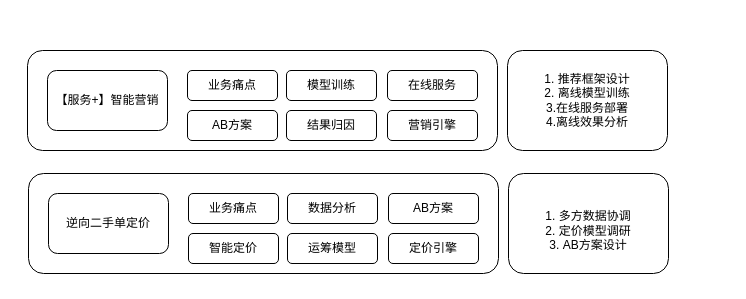
This is 工作整体概要.drawio from JintaiYang/drawio, a draw.io file, before an edit. Source tidied: cells renumbered, new cells numbered last; positions are measured from the earlier drawing's top-left corner, leaving out a move shared by most shapes. Both pictures are drawn from the tidied source at 100%, with x=0, y=0 at pixel (27, 50).
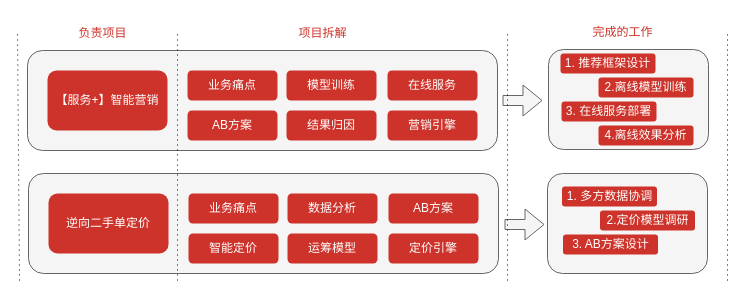
After the change.

Commit message (it also covers changes not shown here):
更新工作整体概要.drawio

Change to the diagram source:
```diff
@@
+    <mxCell id="3" value="&lt;div style=&quot;text-align: justify;&quot;&gt;&lt;br&gt;&lt;/div&gt;" style="rounded=1;whiteSpace=wrap;html=1;align=center;strokeColor=#666666;fontColor=#333333;fillColor=#f5f5f5;" parent="1" vertex="1">
+      <mxGeometry x="521" y="-1" width="160" height="100" as="geometry" />
+    </mxCell>
+    <mxCell id="20" value="3. 在线服务部署" style="rounded=1;whiteSpace=wrap;html=1;fontColor=#FFFFFF;strokeColor=none;fillColor=#CD332A;" parent="3" vertex="1">
+      <mxGeometry x="13" y="52" width="95" height="20" as="geometry" />
+    </mxCell>
+    <mxCell id="21" value="4.离线效果分析" style="rounded=1;whiteSpace=wrap;html=1;fontColor=#FFFFFF;strokeColor=none;fillColor=#CD332A;" parent="3" vertex="1">
+      <mxGeometry x="50" y="76" width="95" height="20" as="geometry" />
+    </mxCell>
-    <mxCell id="2" style="rounded=1;whiteSpace=wrap;html=1;fillColor=none;" parent="1" vertex="1">
+    <mxCell id="2" style="rounded=1;whiteSpace=wrap;html=1;fillColor=#f5f5f5;fontColor=#333333;strokeColor=#666666;" parent="1" vertex="1">
       <mxGeometry width="470" height="100" as="geometry" />
     </mxCell>
-    <mxCell id="3" value="1. 推荐框架设计&lt;br&gt;2. 离线模型训练&lt;br&gt;3.在线服务部署&lt;br&gt;4.离线效果分析" style="rounded=1;whiteSpace=wrap;html=1;" parent="1" vertex="1">
-      <mxGeometry x="480" width="160" height="100" as="geometry" />
-    </mxCell>
-    <mxCell id="4" value="【服务+】智能营销" style="rounded=1;whiteSpace=wrap;html=1;fillColor=none;" parent="1" vertex="1">
+    <mxCell id="4" value="【服务+】智能营销" style="rounded=1;whiteSpace=wrap;html=1;fillColor=#CD332A;strokeColor=none;fontColor=#FFFFFF;" parent="1" vertex="1">
       <mxGeometry x="20" y="20" width="120" height="60" as="geometry" />
     </mxCell>
-    <mxCell id="5" value="业务痛点" style="rounded=1;whiteSpace=wrap;html=1;fillColor=none;" parent="1" vertex="1">
+    <mxCell id="5" value="业务痛点" style="rounded=1;whiteSpace=wrap;html=1;fillColor=#CD332A;strokeColor=none;fontColor=#FFFFFF;" parent="1" vertex="1">
       <mxGeometry x="160" y="20" width="90" height="30" as="geometry" />
     </mxCell>
-    <mxCell id="6" value="模型训练" style="rounded=1;whiteSpace=wrap;html=1;fillColor=none;" parent="1" vertex="1">
+    <mxCell id="6" value="模型训练" style="rounded=1;whiteSpace=wrap;html=1;fillColor=#CD332A;strokeColor=none;fontColor=#FFFFFF;" parent="1" vertex="1">
       <mxGeometry x="259" y="20" width="90" height="30" as="geometry" />
     </mxCell>
-    <mxCell id="7" value="AB方案" style="rounded=1;whiteSpace=wrap;html=1;fillColor=none;" parent="1" vertex="1">
+    <mxCell id="7" value="AB方案" style="rounded=1;whiteSpace=wrap;html=1;fillColor=#CD332A;fontColor=#FFFFFF;strokeColor=none;" parent="1" vertex="1">
       <mxGeometry x="160" y="60" width="90" height="30" as="geometry" />
     </mxCell>
-    <mxCell id="8" value="营销引擎" style="rounded=1;whiteSpace=wrap;html=1;fillColor=none;" parent="1" vertex="1">
+    <mxCell id="8" value="营销引擎" style="rounded=1;whiteSpace=wrap;html=1;fillColor=#CD332A;strokeColor=none;fontColor=#FFFFFF;" parent="1" vertex="1">
       <mxGeometry x="360" y="60" width="90" height="30" as="geometry" />
     </mxCell>
-    <mxCell id="9" value="在线服务" style="rounded=1;whiteSpace=wrap;html=1;fillColor=none;" parent="1" vertex="1">
+    <mxCell id="9" value="在线服务" style="rounded=1;whiteSpace=wrap;html=1;fillColor=#CD332A;strokeColor=none;fontColor=#FFFFFF;" parent="1" vertex="1">
       <mxGeometry x="360" y="20" width="90" height="30" as="geometry" />
     </mxCell>
-    <mxCell id="10" value="结果归因" style="rounded=1;whiteSpace=wrap;html=1;fillColor=none;" parent="1" vertex="1">
+    <mxCell id="10" value="结果归因" style="rounded=1;whiteSpace=wrap;html=1;fillColor=#CD332A;strokeColor=none;fontColor=#FFFFFF;" parent="1" vertex="1">
       <mxGeometry x="259" y="60" width="90" height="30" as="geometry" />
     </mxCell>
-    <mxCell id="11" style="rounded=1;whiteSpace=wrap;html=1;fillColor=none;" parent="1" vertex="1">
+    <mxCell id="11" style="rounded=1;whiteSpace=wrap;html=1;fillColor=#f5f5f5;fontColor=#333333;strokeColor=#666666;" parent="1" vertex="1">
       <mxGeometry x="1" y="123" width="470" height="100" as="geometry" />
     </mxCell>
-    <mxCell id="12" value="&lt;br&gt;1. 多方数据协调&lt;br&gt;2. 定价模型调研&lt;br&gt;3. AB方案设计" style="rounded=1;whiteSpace=wrap;html=1;" parent="1" vertex="1">
-      <mxGeometry x="481" y="123" width="160" height="100" as="geometry" />
+    <mxCell id="12" style="rounded=1;whiteSpace=wrap;html=1;align=center;fillColor=#f5f5f5;fontColor=#333333;strokeColor=#666666;" parent="1" vertex="1">
+      <mxGeometry x="520" y="123" width="160" height="100" as="geometry" />
     </mxCell>
-    <mxCell id="13" value="逆向二手单定价" style="rounded=1;whiteSpace=wrap;html=1;fillColor=none;" parent="1" vertex="1">
+    <mxCell id="13" value="逆向二手单定价" style="rounded=1;whiteSpace=wrap;html=1;fillColor=#CD332A;fontColor=#FFFFFF;strokeColor=none;" parent="1" vertex="1">
       <mxGeometry x="21" y="143" width="120" height="60" as="geometry" />
     </mxCell>
-    <mxCell id="14" value="业务痛点" style="rounded=1;whiteSpace=wrap;html=1;fillColor=none;" parent="1" vertex="1">
+    <mxCell id="14" value="业务痛点" style="rounded=1;whiteSpace=wrap;html=1;fillColor=#CD332A;strokeColor=none;fontColor=#FFFFFF;" parent="1" vertex="1">
       <mxGeometry x="161" y="143" width="90" height="30" as="geometry" />
     </mxCell>
-    <mxCell id="15" value="数据分析" style="rounded=1;whiteSpace=wrap;html=1;fillColor=none;" parent="1" vertex="1">
+    <mxCell id="15" value="数据分析" style="rounded=1;whiteSpace=wrap;html=1;fillColor=#CD332A;strokeColor=none;fontColor=#FFFFFF;" parent="1" vertex="1">
       <mxGeometry x="260" y="143" width="90" height="30" as="geometry" />
     </mxCell>
-    <mxCell id="16" value="智能定价" style="rounded=1;whiteSpace=wrap;html=1;fillColor=none;" parent="1" vertex="1">
+    <mxCell id="16" value="智能定价" style="rounded=1;whiteSpace=wrap;html=1;fillColor=#CD332A;strokeColor=none;fontColor=#FFFFFF;" parent="1" vertex="1">
       <mxGeometry x="161" y="183" width="90" height="30" as="geometry" />
     </mxCell>
-    <mxCell id="17" value="定价引擎" style="rounded=1;whiteSpace=wrap;html=1;fillColor=none;" parent="1" vertex="1">
+    <mxCell id="17" value="定价引擎" style="rounded=1;whiteSpace=wrap;html=1;fillColor=#CD332A;strokeColor=none;fontColor=#FFFFFF;" parent="1" vertex="1">
       <mxGeometry x="361" y="183" width="90" height="30" as="geometry" />
     </mxCell>
-    <mxCell id="18" value="AB方案" style="rounded=1;whiteSpace=wrap;html=1;fillColor=none;" parent="1" vertex="1">
+    <mxCell id="18" value="AB方案" style="rounded=1;whiteSpace=wrap;html=1;fillColor=#CD332A;strokeColor=none;fontColor=#FFFFFF;" parent="1" vertex="1">
       <mxGeometry x="361" y="143" width="90" height="30" as="geometry" />
     </mxCell>
-    <mxCell id="19" value="运筹模型" style="rounded=1;whiteSpace=wrap;html=1;fillColor=none;" parent="1" vertex="1">
+    <mxCell id="19" value="运筹模型" style="rounded=1;whiteSpace=wrap;html=1;fillColor=#CD332A;strokeColor=none;fontColor=#FFFFFF;" parent="1" vertex="1">
       <mxGeometry x="260" y="183" width="90" height="30" as="geometry" />
     </mxCell>
+    <mxCell id="22" style="shape=flexArrow;endArrow=classic;html=1;rounded=0;exitX=1;exitY=0.5;exitDx=0;exitDy=0;fillColor=#f5f5f5;strokeColor=#666666;" parent="1" edge="1">
+      <mxGeometry relative="1" as="geometry">
+        <mxPoint x="475" y="50" as="sourcePoint" />
+        <mxPoint x="515" y="50" as="targetPoint" />
+      </mxGeometry>
+    </mxCell>
+    <mxCell id="23" style="shape=flexArrow;endArrow=classic;html=1;rounded=0;exitX=1;exitY=0.5;exitDx=0;exitDy=0;fillColor=#f5f5f5;strokeColor=#666666;" parent="1" edge="1">
+      <mxGeometry relative="1" as="geometry">
+        <mxPoint x="477" y="174" as="sourcePoint" />
+        <mxPoint x="517" y="174" as="targetPoint" />
+      </mxGeometry>
+    </mxCell>
+    <mxCell id="24" style="endArrow=none;dashed=1;html=1;rounded=1;dashPattern=1 4;" parent="1" edge="1">
+      <mxGeometry relative="1" as="geometry">
+        <mxPoint x="150" y="230" as="sourcePoint" />
+        <mxPoint x="150" y="-20" as="targetPoint" />
+      </mxGeometry>
+    </mxCell>
+    <mxCell id="25" style="endArrow=none;dashed=1;html=1;rounded=0;dashPattern=1 4;" parent="1" edge="1">
+      <mxGeometry relative="1" as="geometry">
+        <mxPoint x="-8" y="230" as="sourcePoint" />
+        <mxPoint x="-10" y="-20" as="targetPoint" />
+      </mxGeometry>
+    </mxCell>
+    <mxCell id="26" style="endArrow=none;dashed=1;html=1;rounded=0;dashPattern=1 4;" parent="1" edge="1">
+      <mxGeometry relative="1" as="geometry">
+        <mxPoint x="480" y="230" as="sourcePoint" />
+        <mxPoint x="480" y="-20" as="targetPoint" />
+      </mxGeometry>
+    </mxCell>
+    <mxCell id="27" style="endArrow=none;dashed=1;html=1;rounded=0;dashPattern=1 4;" parent="1" edge="1">
+      <mxGeometry relative="1" as="geometry">
+        <mxPoint x="700" y="230" as="sourcePoint" />
+        <mxPoint x="700" y="-20" as="targetPoint" />
+      </mxGeometry>
+    </mxCell>
+    <mxCell id="28" value="1. 推荐框架设计" style="rounded=1;whiteSpace=wrap;html=1;fontColor=#FFFFFF;strokeColor=none;fillColor=#CD332A;" parent="1" vertex="1">
+      <mxGeometry x="533" y="3" width="95" height="20" as="geometry" />
+    </mxCell>
+    <mxCell id="29" value="2.离线模型训练" style="rounded=1;whiteSpace=wrap;html=1;fontColor=#FFFFFF;strokeColor=none;fillColor=#CD332A;" parent="1" vertex="1">
+      <mxGeometry x="571" y="27" width="95" height="20" as="geometry" />
+    </mxCell>
+    <mxCell id="30" value="3. AB方案设计" style="rounded=1;whiteSpace=wrap;html=1;fontColor=#FFFFFF;strokeColor=none;fillColor=#CD332A;" parent="1" vertex="1">
+      <mxGeometry x="535.5" y="184" width="95" height="20" as="geometry" />
+    </mxCell>
+    <mxCell id="31" value="1. 多方数据协调" style="rounded=1;whiteSpace=wrap;html=1;fontColor=#FFFFFF;strokeColor=none;fillColor=#CD332A;" parent="1" vertex="1">
+      <mxGeometry x="534.5" y="136" width="95" height="20" as="geometry" />
+    </mxCell>
+    <mxCell id="32" value="2.定价模型调研" style="rounded=1;whiteSpace=wrap;html=1;fontColor=#FFFFFF;strokeColor=none;fillColor=#CD332A;" parent="1" vertex="1">
+      <mxGeometry x="572.5" y="160" width="95" height="20" as="geometry" />
+    </mxCell>
+    <mxCell id="33" value="负责项目" style="text;html=1;align=center;verticalAlign=middle;strokeColor=none;fillColor=none;fontColor=#CD332A;" parent="1" vertex="1">
+      <mxGeometry x="40" y="-32" width="70" height="30" as="geometry" />
+    </mxCell>
+    <mxCell id="34" value="项目拆解" style="text;html=1;align=center;verticalAlign=middle;strokeColor=none;fillColor=none;fontColor=#CD332A;" parent="1" vertex="1">
+      <mxGeometry x="260" y="-32" width="70" height="30" as="geometry" />
+    </mxCell>
+    <mxCell id="35" value="完成的工作" style="text;html=1;align=center;verticalAlign=middle;strokeColor=none;fillColor=none;fontColor=#CD332A;" parent="1" vertex="1">
+      <mxGeometry x="554.5" y="-33" width="80" height="30" as="geometry" />
+    </mxCell>
```
